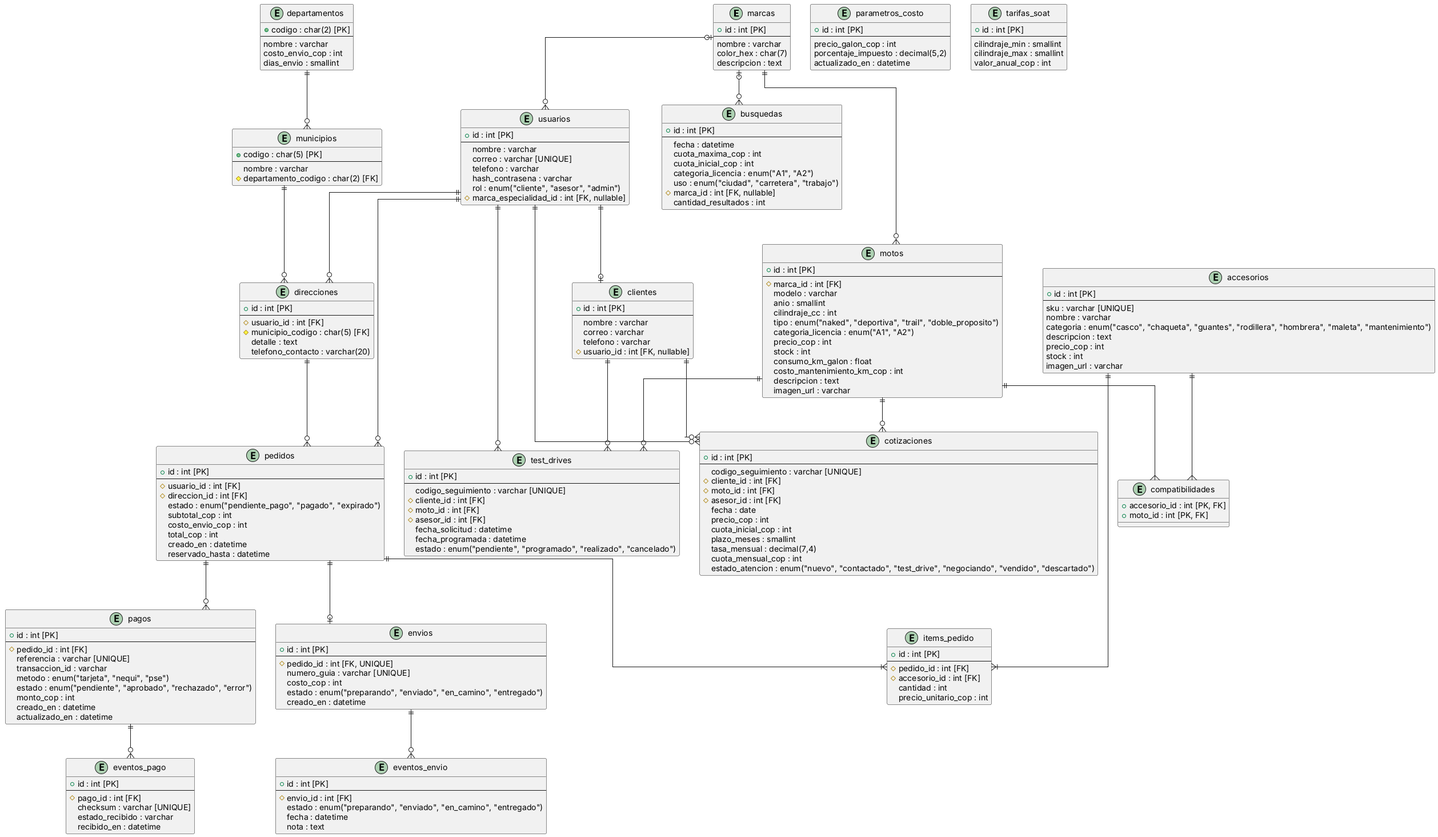
Above: docs/uml/modelo-logico-relacional.png in Andresg9805/concesionario-motos (PlantUML), before the change. Source of this version:
```plantuml
@startuml modelo-logico-relacional
skinparam linetype ortho

entity "marcas" {
  + id : int [PK]
  --
  nombre : varchar
  color_hex : char(7)
  descripcion : text
}

entity "motos" {
  + id : int [PK]
  --
  # marca_id : int [FK]
  modelo : varchar
  anio : smallint
  cilindraje_cc : int
  tipo : enum("naked", "deportiva", "trail", "doble_proposito")
  categoria_licencia : enum("A1", "A2")
  precio_cop : int
  stock : int
  consumo_km_galon : float
  costo_mantenimiento_km_cop : int
  descripcion : text
  imagen_url : varchar
}

entity "parametros_costo" {
  + id : int [PK]
  --
  precio_galon_cop : int
  porcentaje_impuesto : decimal(5,2)
  actualizado_en : datetime
}

entity "tarifas_soat" {
  + id : int [PK]
  --
  cilindraje_min : smallint
  cilindraje_max : smallint
  valor_anual_cop : int
}

entity "busquedas" {
  + id : int [PK]
  --
  fecha : datetime
  cuota_maxima_cop : int
  cuota_inicial_cop : int
  categoria_licencia : enum("A1", "A2")
  uso : enum("ciudad", "carretera", "trabajo")
  # marca_id : int [FK, nullable]
  cantidad_resultados : int
}

entity "usuarios" {
  + id : int [PK]
  --
  nombre : varchar
  correo : varchar [UNIQUE]
  telefono : varchar
  hash_contrasena : varchar
  rol : enum("cliente", "asesor", "admin")
  # marca_especialidad_id : int [FK, nullable]
}

entity "clientes" {
  + id : int [PK]
  --
  nombre : varchar
  correo : varchar
  telefono : varchar
  # usuario_id : int [FK, nullable]
}

entity "cotizaciones" {
  + id : int [PK]
  --
  codigo_seguimiento : varchar [UNIQUE]
  # cliente_id : int [FK]
  # moto_id : int [FK]
  # asesor_id : int [FK]
  fecha : date
  precio_cop : int
  cuota_inicial_cop : int
  plazo_meses : smallint
  tasa_mensual : decimal(7,4)
  cuota_mensual_cop : int
  estado_atencion : enum("nuevo", "contactado", "test_drive", "negociando", "vendido", "descartado")
}

entity "test_drives" {
  + id : int [PK]
  --
  codigo_seguimiento : varchar [UNIQUE]
  # cliente_id : int [FK]
  # moto_id : int [FK]
  # asesor_id : int [FK]
  fecha_solicitud : datetime
  fecha_programada : datetime
  estado : enum("pendiente", "programado", "realizado", "cancelado")
}

entity "accesorios" {
  + id : int [PK]
  --
  sku : varchar [UNIQUE]
  nombre : varchar
  categoria : enum("casco", "chaqueta", "guantes", "rodillera", "hombrera", "maleta", "mantenimiento")
  descripcion : text
  precio_cop : int
  stock : int
  imagen_url : varchar
}

entity "compatibilidades" {
  + accesorio_id : int [PK, FK]
  + moto_id : int [PK, FK]
}

entity "departamentos" {
  + codigo : char(2) [PK]
  --
  nombre : varchar
  costo_envio_cop : int
  dias_envio : smallint
}

entity "municipios" {
  + codigo : char(5) [PK]
  --
  nombre : varchar
  # departamento_codigo : char(2) [FK]
}

entity "direcciones" {
  + id : int [PK]
  --
  # usuario_id : int [FK]
  # municipio_codigo : char(5) [FK]
  detalle : text
  telefono_contacto : varchar(20)
}

entity "pedidos" {
  + id : int [PK]
  --
  # usuario_id : int [FK]
  # direccion_id : int [FK]
  estado : enum("pendiente_pago", "pagado", "expirado")
  subtotal_cop : int
  costo_envio_cop : int
  total_cop : int
  creado_en : datetime
  reservado_hasta : datetime
}

entity "items_pedido" {
  + id : int [PK]
  --
  # pedido_id : int [FK]
  # accesorio_id : int [FK]
  cantidad : int
  precio_unitario_cop : int
}

entity "pagos" {
  + id : int [PK]
  --
  # pedido_id : int [FK]
  referencia : varchar [UNIQUE]
  transaccion_id : varchar
  metodo : enum("tarjeta", "nequi", "pse")
  estado : enum("pendiente", "aprobado", "rechazado", "error")
  monto_cop : int
  creado_en : datetime
  actualizado_en : datetime
}

entity "eventos_pago" {
  + id : int [PK]
  --
  # pago_id : int [FK]
  checksum : varchar [UNIQUE]
  estado_recibido : varchar
  recibido_en : datetime
}

entity "envios" {
  + id : int [PK]
  --
  # pedido_id : int [FK, UNIQUE]
  numero_guia : varchar [UNIQUE]
  costo_cop : int
  estado : enum("preparando", "enviado", "en_camino", "entregado")
  creado_en : datetime
}

entity "eventos_envio" {
  + id : int [PK]
  --
  # envio_id : int [FK]
  estado : enum("preparando", "enviado", "en_camino", "entregado")
  fecha : datetime
  nota : text
}


marcas ||--o{ motos
marcas |o--o{ busquedas
marcas |o--o{ usuarios

motos ||--o{ cotizaciones
motos ||--o{ test_drives
motos ||--{ compatibilidades
accesorios ||--{ compatibilidades
accesorios ||--|{ items_pedido

clientes ||--o{ cotizaciones
clientes ||--o{ test_drives
usuarios ||--o{ cotizaciones
usuarios ||--o{ test_drives

usuarios ||--o{ direcciones
usuarios ||--o{ pedidos
usuarios ||--o| clientes

departamentos ||--o{ municipios
municipios ||--o{ direcciones
direcciones ||--o{ pedidos

pedidos ||--|{ items_pedido
pedidos ||--o{ pagos
pedidos ||--o| envios

pagos ||--o{ eventos_pago
envios ||--o{ eventos_envio

@enduml
```
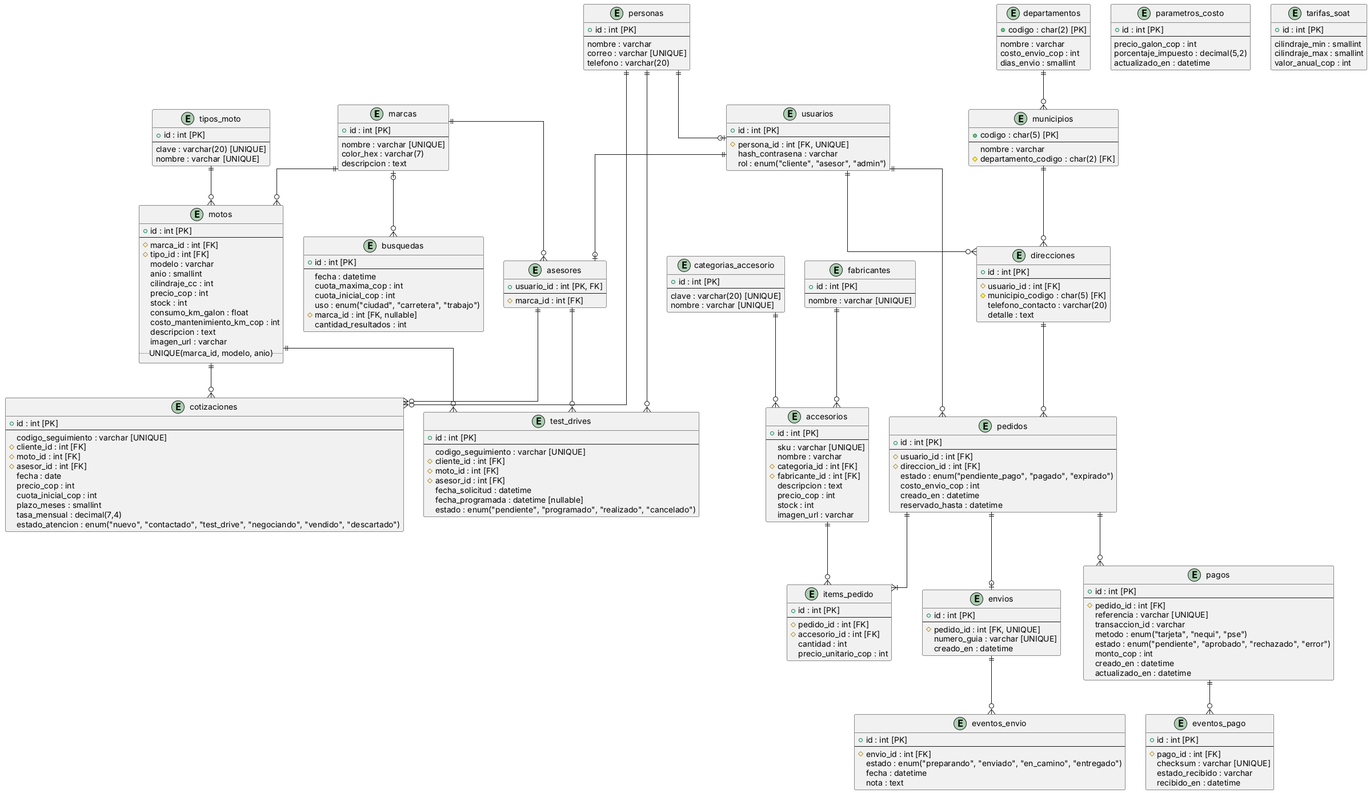
Above is the later version.

The edit, as a diff of the source:
```diff
@@ -4,26 +4,33 @@
 entity "marcas" {
   + id : int [PK]
   --
-  nombre : varchar
-  color_hex : char(7)
+  nombre : varchar [UNIQUE]
+  color_hex : varchar(7)
   descripcion : text
+}
+
+entity "tipos_moto" {
+  + id : int [PK]
+  --
+  clave : varchar(20) [UNIQUE]
+  nombre : varchar [UNIQUE]
 }
 
 entity "motos" {
   + id : int [PK]
   --
   # marca_id : int [FK]
+  # tipo_id : int [FK]
   modelo : varchar
   anio : smallint
   cilindraje_cc : int
-  tipo : enum("naked", "deportiva", "trail", "doble_proposito")
-  categoria_licencia : enum("A1", "A2")
   precio_cop : int
   stock : int
   consumo_km_galon : float
   costo_mantenimiento_km_cop : int
   descripcion : text
   imagen_url : varchar
+  .. UNIQUE(marca_id, modelo, anio) ..
 }
 
 entity "parametros_costo" {
@@ -48,30 +55,31 @@
   fecha : datetime
   cuota_maxima_cop : int
   cuota_inicial_cop : int
-  categoria_licencia : enum("A1", "A2")
   uso : enum("ciudad", "carretera", "trabajo")
   # marca_id : int [FK, nullable]
   cantidad_resultados : int
 }
 
-entity "usuarios" {
+entity "personas" {
   + id : int [PK]
   --
   nombre : varchar
   correo : varchar [UNIQUE]
-  telefono : varchar
+  telefono : varchar(20)
+}
+
+entity "usuarios" {
+  + id : int [PK]
+  --
+  # persona_id : int [FK, UNIQUE]
   hash_contrasena : varchar
   rol : enum("cliente", "asesor", "admin")
-  # marca_especialidad_id : int [FK, nullable]
 }
 
-entity "clientes" {
-  + id : int [PK]
+entity "asesores" {
+  + usuario_id : int [PK, FK]
   --
-  nombre : varchar
-  correo : varchar
-  telefono : varchar
-  # usuario_id : int [FK, nullable]
+  # marca_id : int [FK]
 }
 
 entity "cotizaciones" {
@@ -86,7 +94,6 @@
   cuota_inicial_cop : int
   plazo_meses : smallint
   tasa_mensual : decimal(7,4)
-  cuota_mensual_cop : int
   estado_atencion : enum("nuevo", "contactado", "test_drive", "negociando", "vendido", "descartado")
 }
 
@@ -98,8 +105,21 @@
   # moto_id : int [FK]
   # asesor_id : int [FK]
   fecha_solicitud : datetime
-  fecha_programada : datetime
+  fecha_programada : datetime [nullable]
   estado : enum("pendiente", "programado", "realizado", "cancelado")
+}
+
+entity "fabricantes" {
+  + id : int [PK]
+  --
+  nombre : varchar [UNIQUE]
+}
+
+entity "categorias_accesorio" {
+  + id : int [PK]
+  --
+  clave : varchar(20) [UNIQUE]
+  nombre : varchar [UNIQUE]
 }
 
 entity "accesorios" {
@@ -107,16 +127,12 @@
   --
   sku : varchar [UNIQUE]
   nombre : varchar
-  categoria : enum("casco", "chaqueta", "guantes", "rodillera", "hombrera", "maleta", "mantenimiento")
+  # categoria_id : int [FK]
+  # fabricante_id : int [FK]
   descripcion : text
   precio_cop : int
   stock : int
   imagen_url : varchar
-}
-
-entity "compatibilidades" {
-  + accesorio_id : int [PK, FK]
-  + moto_id : int [PK, FK]
 }
 
 entity "departamentos" {
@@ -139,8 +155,8 @@
   --
   # usuario_id : int [FK]
   # municipio_codigo : char(5) [FK]
+  telefono_contacto : varchar(20)
   detalle : text
-  telefono_contacto : varchar(20)
 }
 
 entity "pedidos" {
@@ -149,9 +165,7 @@
   # usuario_id : int [FK]
   # direccion_id : int [FK]
   estado : enum("pendiente_pago", "pagado", "expirado")
-  subtotal_cop : int
   costo_envio_cop : int
-  total_cop : int
   creado_en : datetime
   reservado_hasta : datetime
 }
@@ -192,8 +206,6 @@
   --
   # pedido_id : int [FK, UNIQUE]
   numero_guia : varchar [UNIQUE]
-  costo_cop : int
-  estado : enum("preparando", "enviado", "en_camino", "entregado")
   creado_en : datetime
 }
 
@@ -208,23 +220,26 @@
 
 
 marcas ||--o{ motos
+tipos_moto ||--o{ motos
 marcas |o--o{ busquedas
-marcas |o--o{ usuarios
+marcas ||--o{ asesores
+
+personas ||--o| usuarios
+usuarios ||--o| asesores
 
 motos ||--o{ cotizaciones
 motos ||--o{ test_drives
-motos ||--{ compatibilidades
-accesorios ||--{ compatibilidades
-accesorios ||--|{ items_pedido
+personas ||--o{ cotizaciones
+personas ||--o{ test_drives
+asesores ||--o{ cotizaciones
+asesores ||--o{ test_drives
 
-clientes ||--o{ cotizaciones
-clientes ||--o{ test_drives
-usuarios ||--o{ cotizaciones
-usuarios ||--o{ test_drives
+fabricantes ||--o{ accesorios
+categorias_accesorio ||--o{ accesorios
+accesorios ||--o{ items_pedido
 
 usuarios ||--o{ direcciones
 usuarios ||--o{ pedidos
-usuarios ||--o| clientes
 
 departamentos ||--o{ municipios
 municipios ||--o{ direcciones
```
